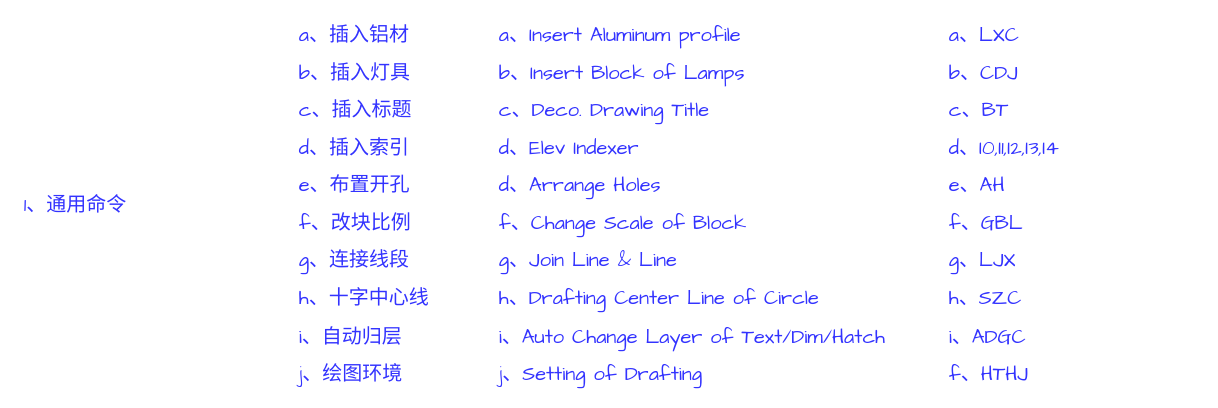
Earlier version of the draw.io diagram page "通用命令" (2 of 6) of BF_CustomTools/bin/Debug/需求规划文档.drawio (zuiyuewu1102/AidedDraftingTools). Source tidied: cells renumbered, new cells numbered last; positions are measured from the earlier drawing's top-left corner, leaving out a move shared by most shapes. Both pictures are drawn from the tidied source at 125%, with x=0, y=0 at pixel (21, 22).
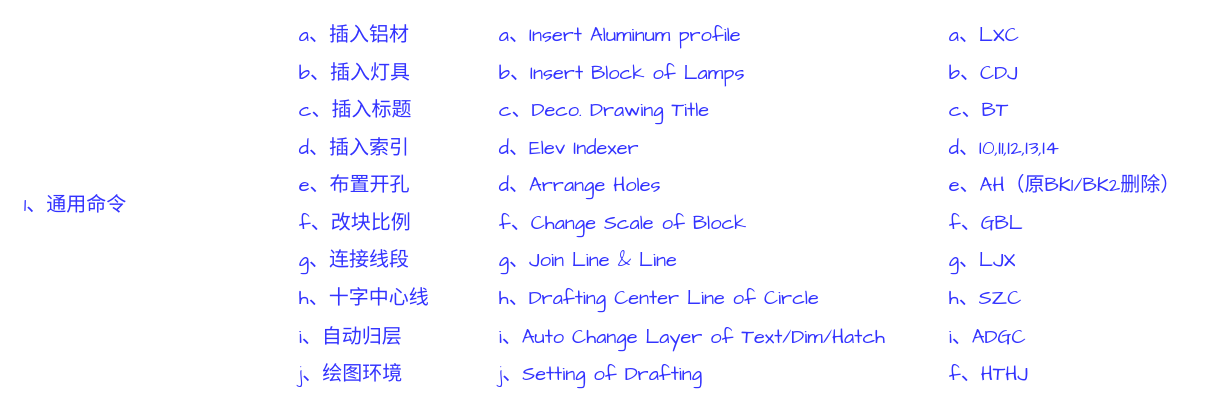
Above is the later version.

What changed in the source:
```diff
@@
-    <mxCell id="17" value="e、AH" style="text;html=1;strokeColor=none;fillColor=none;align=left;verticalAlign=middle;whiteSpace=wrap;rounded=0;fontSize=16;fontFamily=Comic Sans MS;fontColor=#3333FF;" parent="1" vertex="1">
-      <mxGeometry x="740" y="120" width="190" height="20" as="geometry" />
+    <mxCell id="17" value="e、AH（原BK1/BK2删除）" style="text;html=1;strokeColor=none;fillColor=none;align=left;verticalAlign=middle;whiteSpace=wrap;rounded=0;fontSize=16;fontFamily=Comic Sans MS;fontColor=#3333FF;" parent="1" vertex="1">
+      <mxGeometry x="740" y="120" width="200" height="20" as="geometry" />
     </mxCell>
```
